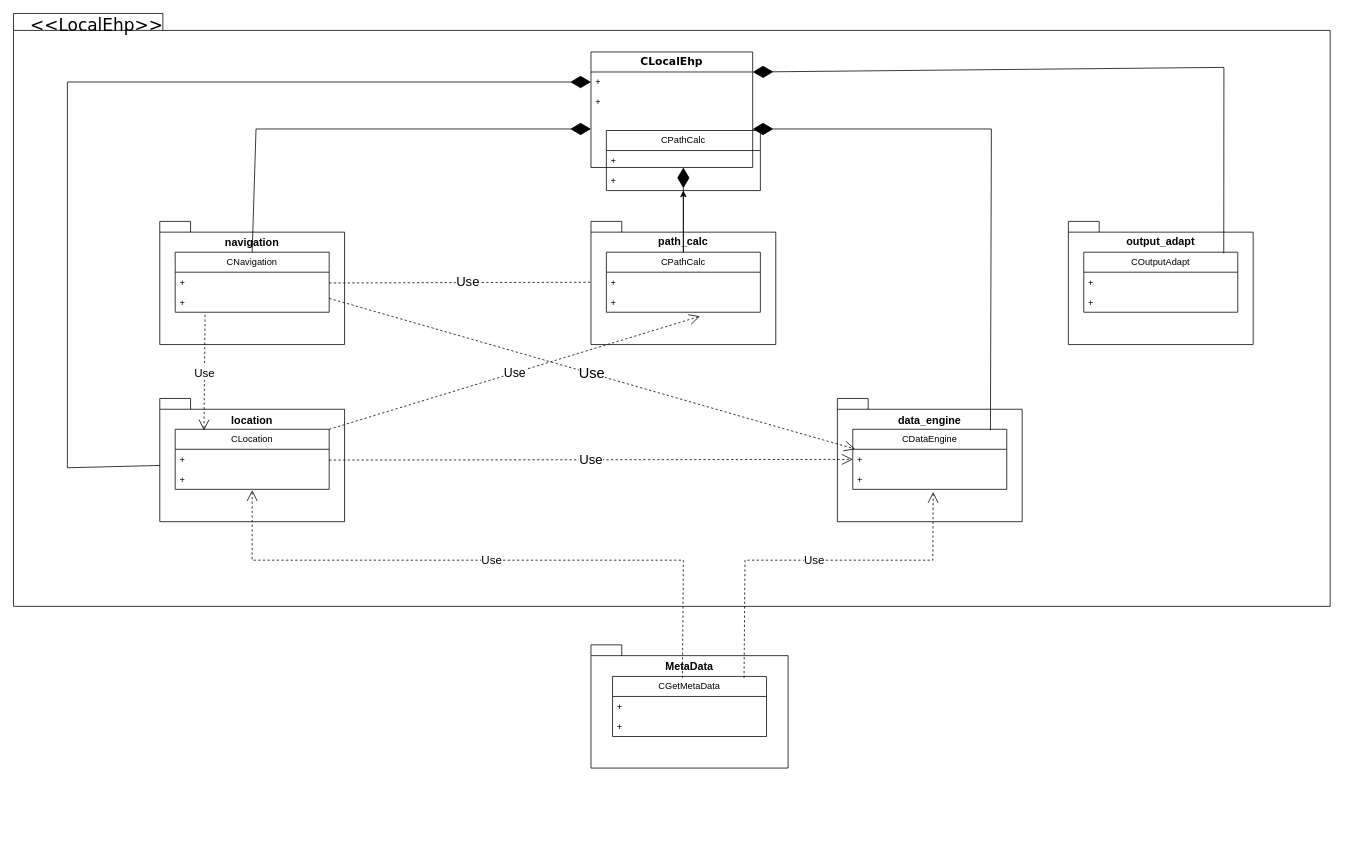
Above: 未命名绘图.drawio in Collinlxf/KF-GINS (draw.io), before the change. Source tidied: cells renumbered, new cells numbered last; positions are measured from the earlier drawing's top-left corner, leaving out a move shared by most shapes. Both pictures are drawn from the tidied source at 77%, with x=0, y=0 at pixel (13, 13).
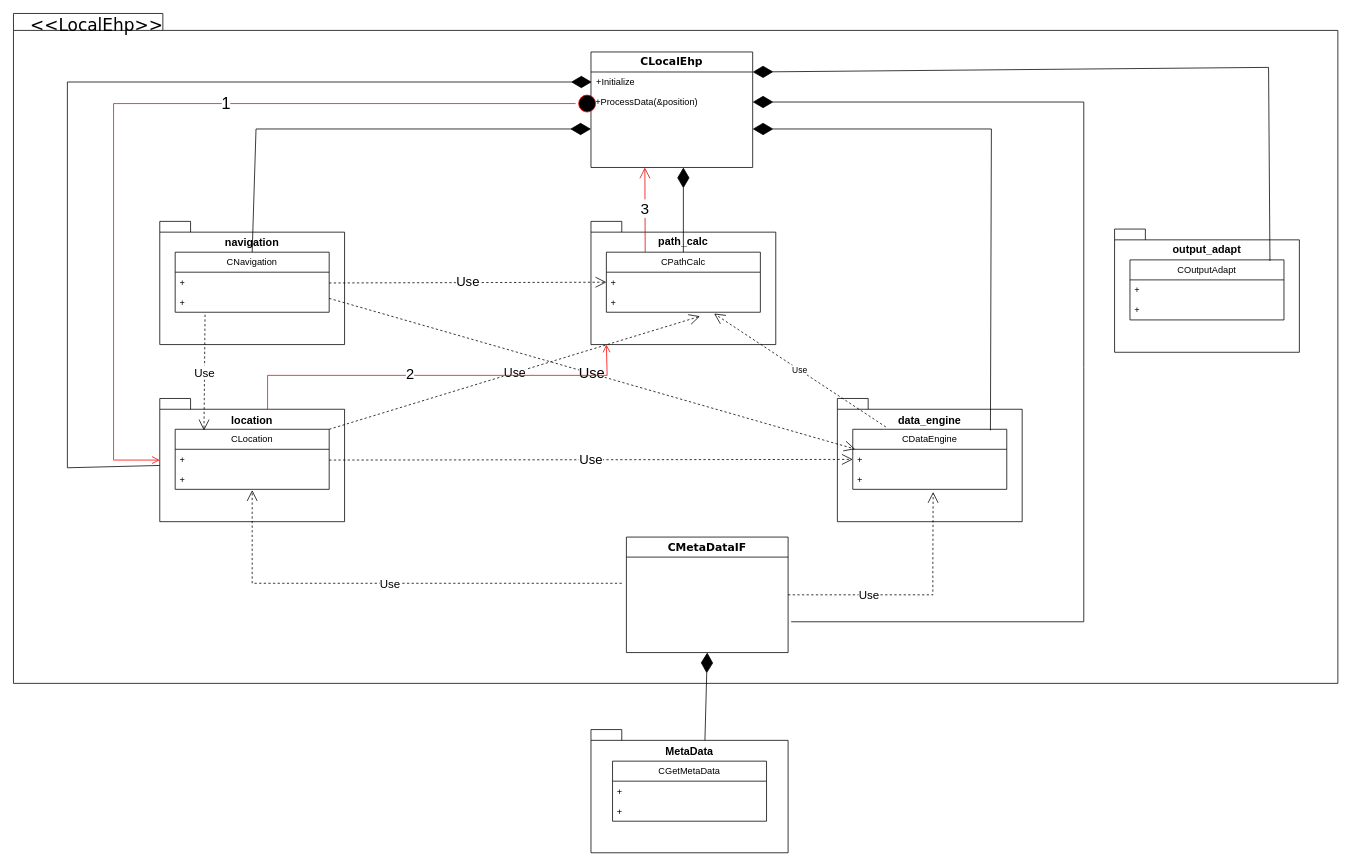
After the change.

Commit message (it also covers changes not shown here):
更新未命名绘图.drawio

The change refers to these unchanged cells:
```xml
<mxCell id="7" value="&lt;div style=&quot;white-space-collapse: preserve;&quot;&gt;CDataEngine&lt;/div&gt;" style="swimlane;fontStyle=0;horizontal=1;startSize=26;fillColor=none;whiteSpace=wrap;html=1;" parent="5" vertex="1">
  <mxGeometry x="20" y="40" width="200" height="78" as="geometry" />
</mxCell>
<mxCell id="8" value="+" style="text;strokeColor=none;fillColor=none;align=left;verticalAlign=top;spacingLeft=4;spacingRight=4;overflow=hidden;points=[[0,0.5],[1,0.5]];portConstraint=eastwest;whiteSpace=wrap;html=1;" parent="7" vertex="1">
  <mxGeometry y="26" width="200" height="26" as="geometry" />
</mxCell>
<mxCell id="9" value="+" style="text;strokeColor=none;fillColor=none;align=left;verticalAlign=top;spacingLeft=4;spacingRight=4;overflow=hidden;points=[[0,0.5],[1,0.5]];portConstraint=eastwest;whiteSpace=wrap;html=1;" parent="7" vertex="1">
  <mxGeometry y="52" width="200" height="26" as="geometry" />
</mxCell>
<mxCell id="10" style="group;" parent="1" vertex="1">
  <mxGeometry x="190" y="270" width="240" height="415" as="geometry" />
</mxCell>
<mxCell id="19" value="&lt;div style=&quot;white-space-collapse: preserve;&quot;&gt;COutputAdapt&lt;/div&gt;" style="swimlane;fontStyle=0;horizontal=1;startSize=26;fillColor=none;whiteSpace=wrap;html=1;" parent="17" vertex="1">
  <mxGeometry x="20" y="40" width="200" height="78" as="geometry" />
</mxCell>
<mxCell id="28" value="&lt;div style=&quot;white-space-collapse: preserve;&quot;&gt;CGetMetaData&lt;/div&gt;" style="swimlane;fontStyle=0;horizontal=1;startSize=26;fillColor=none;whiteSpace=wrap;html=1;" parent="27" vertex="1">
  <mxGeometry x="28" y="41" width="200" height="78" as="geometry" />
</mxCell>
<mxCell id="33" value="&lt;div&gt;&lt;font style=&quot;font-size: 14px;&quot;&gt;location&lt;/font&gt;&lt;/div&gt;&lt;div&gt;&lt;br&gt;&lt;/div&gt;&lt;div&gt;&lt;br&gt;&lt;/div&gt;&lt;div&gt;&lt;br&gt;&lt;/div&gt;&lt;div&gt;&lt;br&gt;&lt;/div&gt;&lt;div&gt;&lt;br&gt;&lt;/div&gt;&lt;div&gt;&lt;br&gt;&lt;/div&gt;&lt;div&gt;&lt;br&gt;&lt;/div&gt;&lt;div&gt;&lt;br&gt;&lt;/div&gt;" style="shape=folder;fontStyle=1;spacingTop=10;tabWidth=40;tabHeight=14;tabPosition=left;html=1;whiteSpace=wrap;align=center;" parent="32" vertex="1">
  <mxGeometry width="240" height="160" as="geometry" />
</mxCell>
```

Diff of the diagram source:
```diff
@@
+    <mxCell id="22" style="group;" parent="1" vertex="1">
+      <mxGeometry x="750" y="270" width="240" height="160" as="geometry" />
+    </mxCell>
+    <mxCell id="23" value="&lt;div&gt;path_calc&lt;/div&gt;&lt;div&gt;&lt;br&gt;&lt;/div&gt;&lt;div&gt;&lt;br&gt;&lt;/div&gt;&lt;div&gt;&lt;br&gt;&lt;/div&gt;&lt;div&gt;&lt;br&gt;&lt;/div&gt;&lt;div&gt;&lt;br&gt;&lt;/div&gt;&lt;div&gt;&lt;br&gt;&lt;/div&gt;&lt;div&gt;&lt;br&gt;&lt;/div&gt;" style="shape=folder;fontStyle=1;spacingTop=10;tabWidth=40;tabHeight=14;tabPosition=left;html=1;whiteSpace=wrap;align=center;fontSize=14;" parent="22" vertex="1">
+      <mxGeometry width="240" height="160" as="geometry" />
+    </mxCell>
+    <mxCell id="24" value="&lt;div style=&quot;white-space-collapse: preserve;&quot;&gt;CPathCalc&lt;/div&gt;" style="swimlane;fontStyle=0;horizontal=1;startSize=26;fillColor=none;whiteSpace=wrap;html=1;" parent="22" vertex="1">
+      <mxGeometry x="20" y="40" width="200" height="78" as="geometry" />
+    </mxCell>
+    <mxCell id="25" value="+" style="text;strokeColor=none;fillColor=none;align=left;verticalAlign=top;spacingLeft=4;spacingRight=4;overflow=hidden;points=[[0,0.5],[1,0.5]];portConstraint=eastwest;whiteSpace=wrap;html=1;" parent="24" vertex="1">
+      <mxGeometry y="26" width="200" height="26" as="geometry" />
+    </mxCell>
+    <mxCell id="26" value="+" style="text;strokeColor=none;fillColor=none;align=left;verticalAlign=top;spacingLeft=4;spacingRight=4;overflow=hidden;points=[[0,0.5],[1,0.5]];portConstraint=eastwest;whiteSpace=wrap;html=1;" parent="24" vertex="1">
+      <mxGeometry y="52" width="200" height="26" as="geometry" />
+    </mxCell>
     <mxCell id="2" style="shape=folder;fontStyle=1;spacingTop=10;tabWidth=194;tabHeight=22;tabPosition=left;html=1;rounded=0;shadow=0;comic=0;labelBackgroundColor=none;strokeWidth=1;fillColor=none;fontFamily=Verdana;fontSize=10;align=center;" parent="1" vertex="1">
-      <mxGeometry width="1710" height="770" as="geometry" />
+      <mxGeometry width="1720" height="870" as="geometry" />
     </mxCell>
@@
+    <mxCell id="16" value="Use" style="endArrow=open;endSize=12;dashed=1;html=1;rounded=0;entryX=0.015;entryY=-0.011;entryDx=0;entryDy=0;entryPerimeter=0;fontSize=19;" parent="10" edge="1" target="8">
+      <mxGeometry relative="1" as="geometry">
+        <mxPoint x="220" y="100" as="sourcePoint" />
+      </mxGeometry>
+    </mxCell>
@@
-    <mxCell id="16" value="Use" style="endArrow=open;endSize=12;dashed=1;html=1;rounded=0;entryX=0.015;entryY=-0.011;entryDx=0;entryDy=0;entryPerimeter=0;fontSize=19;" parent="10" edge="1" target="8">
-      <mxGeometry relative="1" as="geometry">
-        <mxPoint x="220" y="100" as="sourcePoint" />
-      </mxGeometry>
-    </mxCell>
     <mxCell id="17" style="group;" parent="1" vertex="1">
-      <mxGeometry x="1370" y="270" width="240" height="160" as="geometry" />
+      <mxGeometry x="1430" y="280" width="240" height="160" as="geometry" />
     </mxCell>
@@
-    <mxCell id="22" style="group;" parent="1" vertex="1">
-      <mxGeometry x="750" y="270" width="240" height="160" as="geometry" />
-    </mxCell>
-    <mxCell id="23" value="&lt;div&gt;path_calc&lt;/div&gt;&lt;div&gt;&lt;br&gt;&lt;/div&gt;&lt;div&gt;&lt;br&gt;&lt;/div&gt;&lt;div&gt;&lt;br&gt;&lt;/div&gt;&lt;div&gt;&lt;br&gt;&lt;/div&gt;&lt;div&gt;&lt;br&gt;&lt;/div&gt;&lt;div&gt;&lt;br&gt;&lt;/div&gt;&lt;div&gt;&lt;br&gt;&lt;/div&gt;" style="shape=folder;fontStyle=1;spacingTop=10;tabWidth=40;tabHeight=14;tabPosition=left;html=1;whiteSpace=wrap;align=center;fontSize=14;" parent="22" vertex="1">
-      <mxGeometry width="240" height="160" as="geometry" />
-    </mxCell>
-    <mxCell id="24" value="&lt;div style=&quot;white-space-collapse: preserve;&quot;&gt;CPathCalc&lt;/div&gt;" style="swimlane;fontStyle=0;horizontal=1;startSize=26;fillColor=none;whiteSpace=wrap;html=1;" parent="22" vertex="1">
-      <mxGeometry x="20" y="40" width="200" height="78" as="geometry" />
-    </mxCell>
-    <mxCell id="25" value="+" style="text;strokeColor=none;fillColor=none;align=left;verticalAlign=top;spacingLeft=4;spacingRight=4;overflow=hidden;points=[[0,0.5],[1,0.5]];portConstraint=eastwest;whiteSpace=wrap;html=1;" parent="24" vertex="1">
-      <mxGeometry y="26" width="200" height="26" as="geometry" />
-    </mxCell>
-    <mxCell id="26" value="+" style="text;strokeColor=none;fillColor=none;align=left;verticalAlign=top;spacingLeft=4;spacingRight=4;overflow=hidden;points=[[0,0.5],[1,0.5]];portConstraint=eastwest;whiteSpace=wrap;html=1;" parent="24" vertex="1">
-      <mxGeometry y="52" width="200" height="26" as="geometry" />
-    </mxCell>
     <mxCell id="27" value="&lt;div&gt;&lt;font style=&quot;font-size: 14px;&quot;&gt;MetaData&lt;/font&gt;&lt;/div&gt;&lt;div&gt;&lt;font style=&quot;font-size: 14px;&quot;&gt;&lt;br&gt;&lt;/font&gt;&lt;/div&gt;&lt;div&gt;&lt;font style=&quot;font-size: 14px;&quot;&gt;&lt;br&gt;&lt;/font&gt;&lt;/div&gt;&lt;div&gt;&lt;font style=&quot;font-size: 14px;&quot;&gt;&lt;br&gt;&lt;/font&gt;&lt;/div&gt;&lt;div&gt;&lt;font style=&quot;font-size: 14px;&quot;&gt;&lt;br&gt;&lt;/font&gt;&lt;/div&gt;&lt;div&gt;&lt;font style=&quot;font-size: 14px;&quot;&gt;&lt;br&gt;&lt;/font&gt;&lt;/div&gt;&lt;div&gt;&lt;font style=&quot;font-size: 14px;&quot;&gt;&lt;br&gt;&lt;/font&gt;&lt;/div&gt;&lt;div&gt;&lt;br&gt;&lt;/div&gt;" style="shape=folder;fontStyle=1;spacingTop=10;tabWidth=40;tabHeight=14;tabPosition=left;html=1;whiteSpace=wrap;align=center;" parent="1" vertex="1">
-      <mxGeometry x="750" y="820" width="256" height="160" as="geometry" />
+      <mxGeometry x="750" y="930" width="256" height="160" as="geometry" />
     </mxCell>
@@
     <mxCell id="31" style="endArrow=diamondThin;endFill=1;endSize=24;html=1;rounded=0;entryX=1;entryY=0.5;entryDx=0;entryDy=0;exitX=0.909;exitY=0.019;exitDx=0;exitDy=0;exitPerimeter=0;" parent="1" edge="1" source="19">
       <mxGeometry relative="1" as="geometry">
         <mxPoint x="960" y="76" as="targetPoint" />
         <Array as="points">
-          <mxPoint x="1572" y="70" />
+          <mxPoint x="1630" y="70" />
         </Array>
       </mxGeometry>
     </mxCell>
@@
-    <mxCell id="39" value="+" style="text;strokeColor=none;fillColor=none;align=left;verticalAlign=top;spacingLeft=4;spacingRight=4;overflow=hidden;points=[[0,0.5],[1,0.5]];portConstraint=eastwest;whiteSpace=wrap;html=1;" parent="1" vertex="1">
-      <mxGeometry x="750" y="76" width="210" height="26" as="geometry" />
+    <mxCell id="39" value="&lt;div style=&quot;white-space: pre-wrap;&quot;&gt;+Initialize&lt;/div&gt;" style="text;strokeColor=none;fillColor=none;align=left;verticalAlign=top;spacingLeft=4;spacingRight=4;overflow=hidden;points=[[0,0.5],[1,0.5]];portConstraint=eastwest;whiteSpace=wrap;html=1;" parent="1" vertex="1">
+      <mxGeometry x="751" y="76" width="210" height="26" as="geometry" />
     </mxCell>
-    <mxCell id="40" value="+&lt;div&gt;&lt;br&gt;&lt;/div&gt;" style="text;strokeColor=none;fillColor=none;align=left;verticalAlign=top;spacingLeft=4;spacingRight=4;overflow=hidden;points=[[0,0.5],[1,0.5]];portConstraint=eastwest;whiteSpace=wrap;html=1;" parent="1" vertex="1">
+    <mxCell id="40" value="&lt;div style=&quot;white-space: pre-wrap;&quot;&gt;+ProcessData(&amp;amp;position)&lt;/div&gt;" style="text;strokeColor=none;fillColor=none;align=left;verticalAlign=top;spacingLeft=4;spacingRight=4;overflow=hidden;points=[[0,0.5],[1,0.5]];portConstraint=eastwest;whiteSpace=wrap;html=1;" parent="1" vertex="1">
       <mxGeometry x="750" y="102" width="210" height="26" as="geometry" />
     </mxCell>
@@
-    <mxCell id="46" value="&lt;font style=&quot;font-size: 15px;&quot;&gt;Use&lt;/font&gt;" style="endArrow=open;endSize=12;dashed=1;html=1;rounded=0;exitX=0.454;exitY=0.024;exitDx=0;exitDy=0;exitPerimeter=0;" parent="1" edge="1" source="28">
+    <mxCell id="46" value="&lt;font style=&quot;font-size: 15px;&quot;&gt;Use&lt;/font&gt;" style="endArrow=open;endSize=12;dashed=1;html=1;rounded=0;" parent="1" edge="1">
       <mxGeometry relative="1" as="geometry">
+        <mxPoint x="790" y="740" as="sourcePoint" />
         <mxPoint x="310" y="619" as="targetPoint" />
         <Array as="points">
-          <mxPoint x="870" y="710" />
+          <mxPoint x="310" y="740" />
           <mxPoint x="310" y="710" />
         </Array>
       </mxGeometry>
     </mxCell>
-    <mxCell id="47" value="Use" style="endArrow=open;endSize=12;dashed=1;html=1;rounded=0;entryX=0.522;entryY=1.132;entryDx=0;entryDy=0;entryPerimeter=0;exitX=0.854;exitY=0.024;exitDx=0;exitDy=0;exitPerimeter=0;fontSize=15;" parent="1" edge="1" source="28" target="9">
-      <mxGeometry relative="1" as="geometry">
+    <mxCell id="47" value="Use" style="endArrow=open;endSize=12;dashed=1;html=1;rounded=0;entryX=0.522;entryY=1.132;entryDx=0;entryDy=0;entryPerimeter=0;exitX=1;exitY=0.5;exitDx=0;exitDy=0;fontSize=15;" parent="1" edge="1" source="52" target="9">
+      <mxGeometry x="-0.35" relative="1" as="geometry">
         <Array as="points">
-          <mxPoint x="950" y="710" />
+          <mxPoint x="1194" y="755" />
           <mxPoint x="1194" y="710" />
         </Array>
       </mxGeometry>
     </mxCell>
-    <mxCell id="48" value="&lt;div style=&quot;white-space-collapse: preserve;&quot;&gt;CPathCalc&lt;/div&gt;" style="swimlane;fontStyle=0;horizontal=1;startSize=26;fillColor=none;whiteSpace=wrap;html=1;" parent="1" vertex="1">
-      <mxGeometry x="770" y="152" width="200" height="78" as="geometry" />
-    </mxCell>
-    <mxCell id="49" value="+" style="text;strokeColor=none;fillColor=none;align=left;verticalAlign=top;spacingLeft=4;spacingRight=4;overflow=hidden;whiteSpace=wrap;html=1;" parent="48" vertex="1">
-      <mxGeometry y="26" width="200" height="26" as="geometry" />
-    </mxCell>
-    <mxCell id="50" value="+" style="text;strokeColor=none;fillColor=none;align=left;verticalAlign=top;spacingLeft=4;spacingRight=4;overflow=hidden;whiteSpace=wrap;html=1;" parent="48" vertex="1">
-      <mxGeometry y="52" width="200" height="26" as="geometry" />
-    </mxCell>
-    <mxCell id="51" style="edgeStyle=orthogonalEdgeStyle;rounded=0;jettySize=auto;html=1;" parent="1" edge="1" source="24" target="48">
-      <mxGeometry relative="1" as="geometry" />
-    </mxCell>
+    <mxCell id="52" value="&lt;span style=&quot;font-family: Verdana; font-weight: 700; text-wrap-mode: nowrap;&quot;&gt;CMetaDataIF&lt;/span&gt;" style="swimlane;fontStyle=0;horizontal=1;startSize=26;fillColor=none;whiteSpace=wrap;html=1;fontSize=14;" parent="1" vertex="1">
+      <mxGeometry x="796" y="680" width="210" height="150" as="geometry" />
+    </mxCell>
+    <mxCell id="53" style="endArrow=diamondThin;endFill=1;endSize=24;html=1;rounded=0;entryX=0.5;entryY=1;entryDx=0;entryDy=0;exitX=0;exitY=0;exitDx=148;exitDy=14;exitPerimeter=0;" parent="1" edge="1" source="27" target="52">
+      <mxGeometry relative="1" as="geometry" />
+    </mxCell>
+    <mxCell id="54" style="endArrow=diamondThin;endFill=1;endSize=24;html=1;rounded=0;entryX=1;entryY=0.5;entryDx=0;entryDy=0;" parent="1" edge="1" target="40">
+      <mxGeometry relative="1" as="geometry">
+        <mxPoint x="1010" y="790" as="sourcePoint" />
+        <Array as="points">
+          <mxPoint x="1390" y="790" />
+          <mxPoint x="1390" y="460" />
+          <mxPoint x="1390" y="115" />
+        </Array>
+      </mxGeometry>
+    </mxCell>
+    <mxCell id="55" style="ellipse;html=1;shape=startState;fillColor=#000000;strokeColor=#ff0000;" parent="1" vertex="1">
+      <mxGeometry x="730" y="102" width="30" height="30" as="geometry" />
+    </mxCell>
+    <mxCell id="56" style="edgeStyle=orthogonalEdgeStyle;html=1;verticalAlign=bottom;endArrow=open;endSize=8;strokeColor=#ff0000;rounded=0;" parent="1" edge="1" source="55" target="33">
+      <mxGeometry relative="1" as="geometry">
+        <Array as="points">
+          <mxPoint x="130" y="117" />
+          <mxPoint x="130" y="580" />
+        </Array>
+      </mxGeometry>
+    </mxCell>
+    <mxCell id="57" value="&lt;font style=&quot;font-size: 21px;&quot;&gt;1&lt;/font&gt;" style="edgeLabel;html=1;align=center;verticalAlign=middle;" parent="56" vertex="1">
+      <mxGeometry x="-0.19" y="-1" relative="1" as="geometry" />
+    </mxCell>
+    <mxCell id="58" style="edgeStyle=orthogonalEdgeStyle;html=1;verticalAlign=bottom;endArrow=open;endSize=8;strokeColor=#ff0000;rounded=0;exitX=0;exitY=0;exitDx=140;exitDy=14;exitPerimeter=0;fontSize=19;" parent="1" edge="1" source="33">
+      <mxGeometry relative="1" as="geometry">
+        <mxPoint x="770" y="430" as="targetPoint" />
+        <Array as="points">
+          <mxPoint x="330" y="470" />
+          <mxPoint x="771" y="470" />
+        </Array>
+      </mxGeometry>
+    </mxCell>
+    <mxCell id="59" value="2" style="edgeLabel;html=1;align=center;verticalAlign=middle;fontSize=19;" parent="58" vertex="1">
+      <mxGeometry x="-0.13" y="2" relative="1" as="geometry" />
+    </mxCell>
+    <mxCell id="60" value="Use" style="endArrow=open;endSize=12;dashed=1;html=1;rounded=0;exitX=0.215;exitY=-0.038;exitDx=0;exitDy=0;exitPerimeter=0;entryX=0.529;entryY=0.448;entryDx=0;entryDy=0;entryPerimeter=0;" parent="1" edge="1" source="7" target="2">
+      <mxGeometry relative="1" as="geometry" />
+    </mxCell>
+    <mxCell id="61" style="endArrow=open;endFill=1;endSize=12;html=1;rounded=0;exitX=0.477;exitY=0.356;exitDx=0;exitDy=0;exitPerimeter=0;strokeColor=#E30202;" parent="1" edge="1" source="2">
+      <mxGeometry relative="1" as="geometry">
+        <mxPoint x="820" y="200" as="targetPoint" />
+      </mxGeometry>
+    </mxCell>
+    <mxCell id="62" value="&lt;font style=&quot;font-size: 20px;&quot;&gt;3&lt;/font&gt;" style="edgeLabel;html=1;align=center;verticalAlign=middle;" parent="61" vertex="1">
+      <mxGeometry x="0.03" y="1" relative="1" as="geometry" />
+    </mxCell>
```
